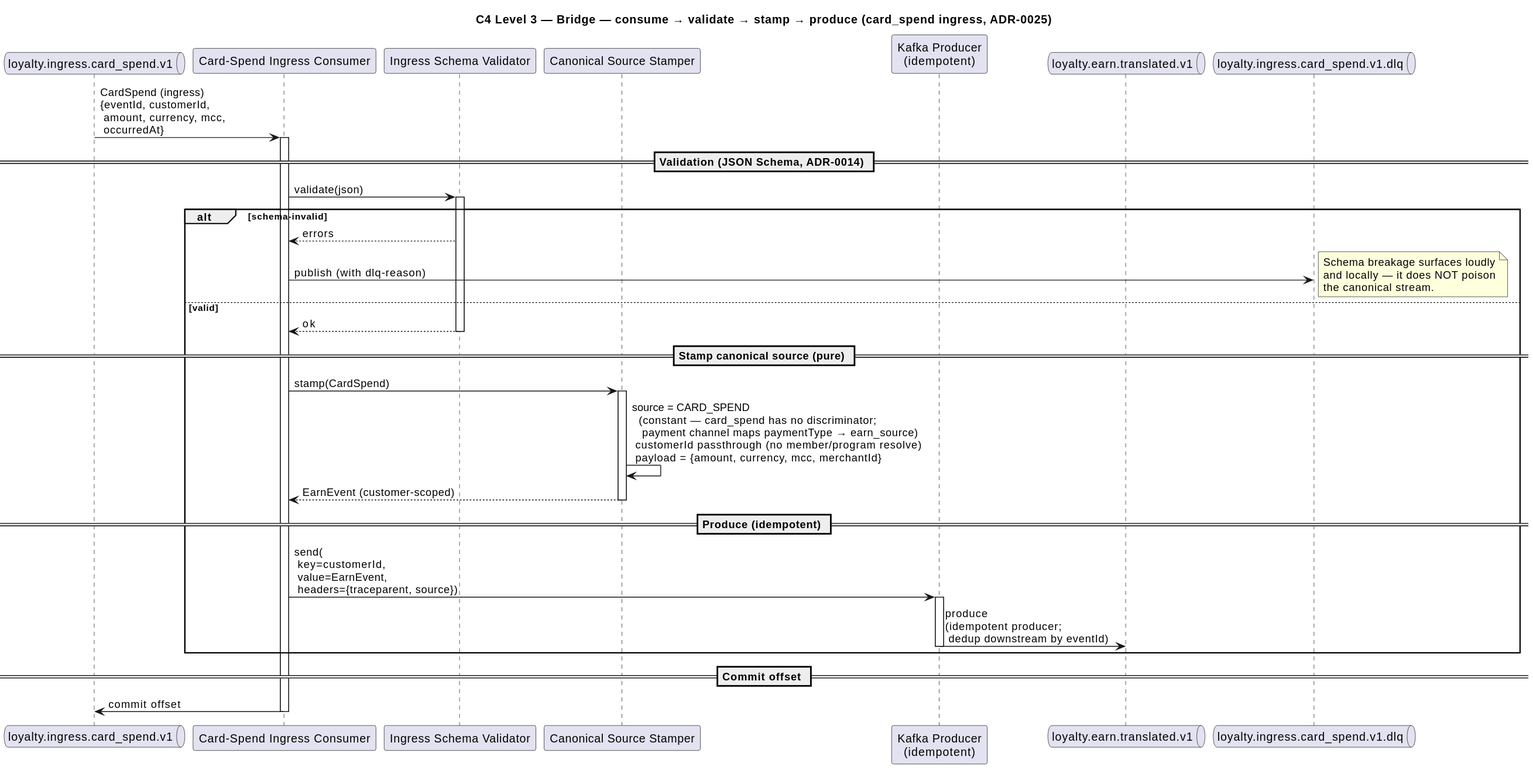
Before: images/level-3-loyalty-integration-bridge-loop.svg, a diagram exported from PlantUML (batnam/rochallor-loyalty).
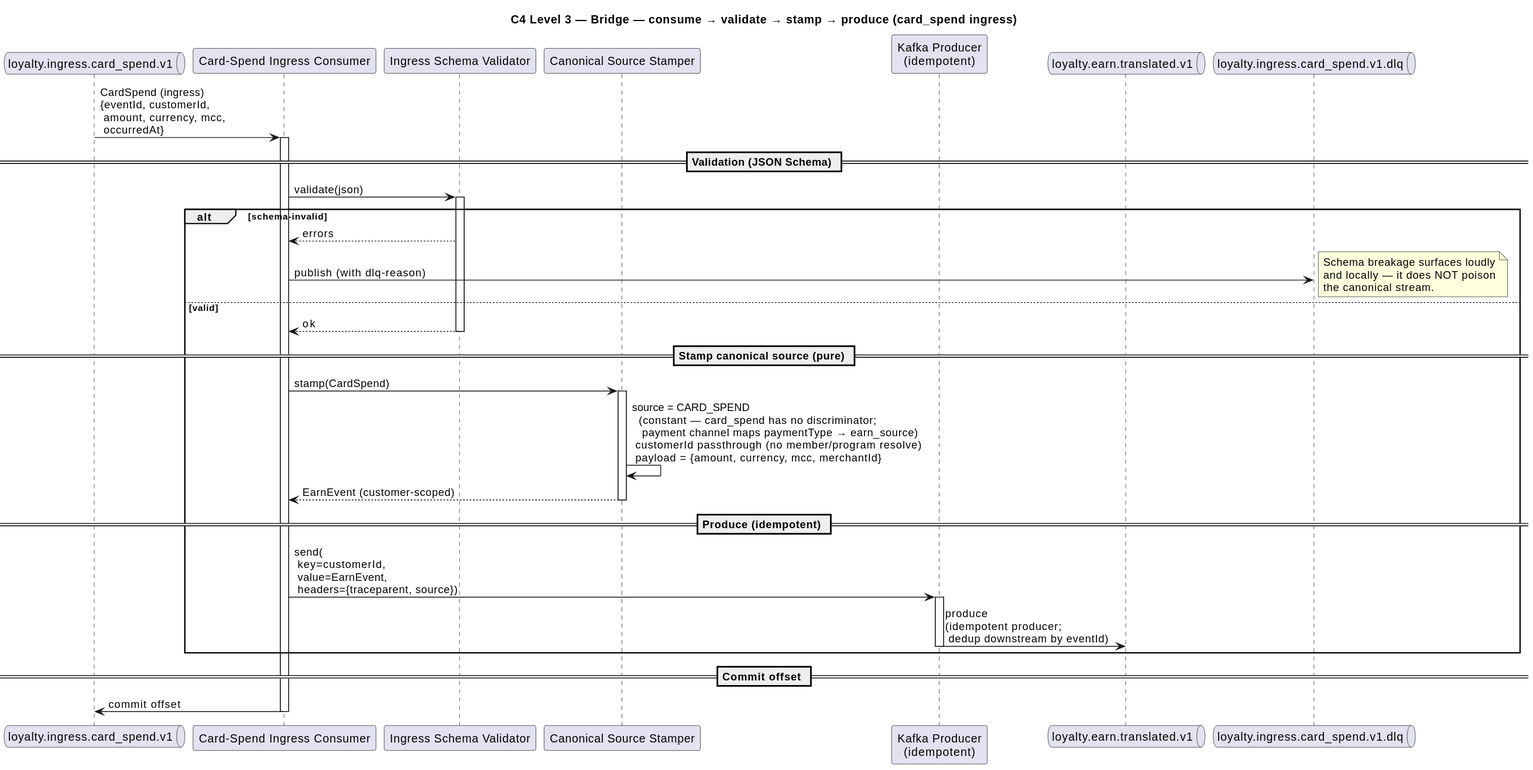
Above is the later version.

The edit, as a diff of the source:
```diff
@@ -1,5 +1,5 @@
 @startuml
-title C4 Level 3 — Bridge — consume → validate → stamp → produce (card_spend ingress, ADR-0025)
+title C4 Level 3 — Bridge — consume → validate → stamp → produce (card_spend ingress)
 
 queue     "loyalty.ingress.card_spend.v1"   as msk_in
 participant "Card-Spend Ingress Consumer"    as consumer
@@ -12,7 +12,7 @@
 msk_in -> consumer : CardSpend (ingress)\n{eventId, customerId,\n amount, currency, mcc,\n occurredAt}
 activate consumer
 
-== Validation (JSON Schema, ADR-0014) ==
+== Validation (JSON Schema) ==
 consumer -> val : validate(json)
 activate val
 alt schema-invalid
```
